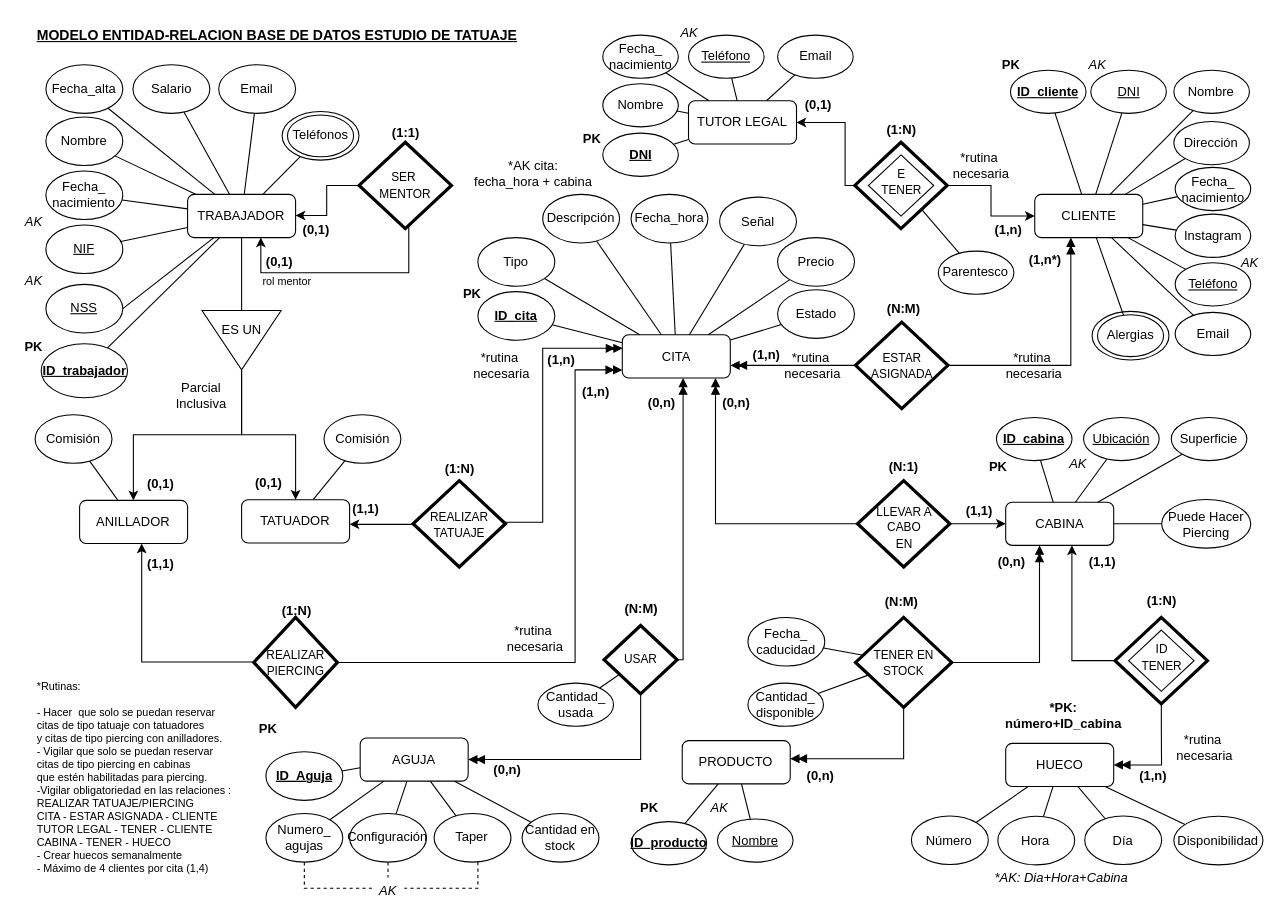
yelkov/BBDD-estudio-tattoo keeps this draw.io diagram as diagrama/Diagrama Entidad-Relacion Estudio Tattoo v2.drawio. Above is the earlier version. Source tidied: cells renumbered, new cells numbered last; positions are measured from the earlier drawing's top-left corner, leaving out a move shared by most shapes. Both pictures are drawn from the tidied source at 108%, with x=0, y=0 at pixel (17, 18).
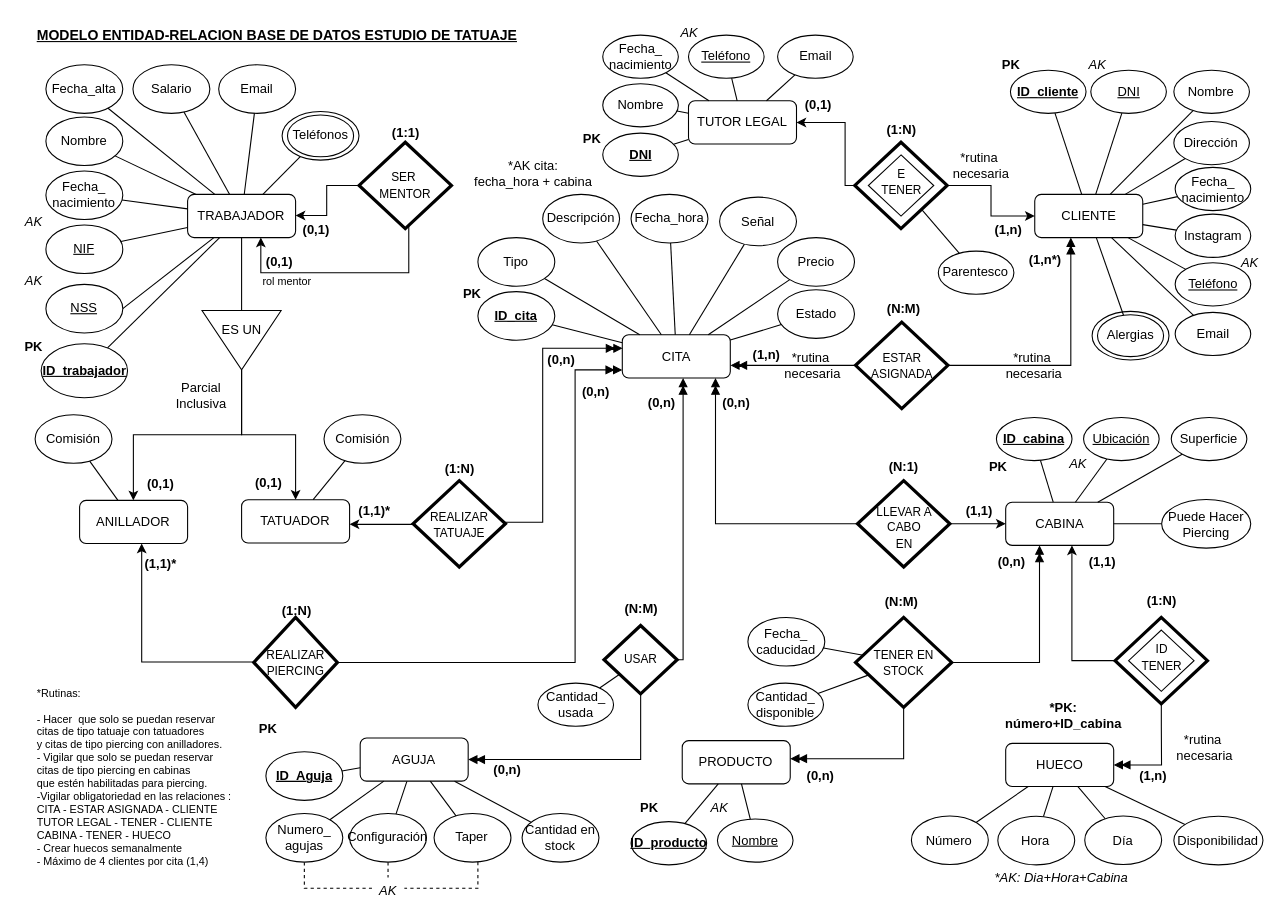
The same page after the edit.

Commit message (it also covers changes not shown here):
refactor(diagrama): actualizar diagrama

The edit, as a diff of the source:
```diff
@@
-    <mxCell id="67" value="(1,n)" style="text;html=1;align=center;verticalAlign=middle;strokeColor=none;fillColor=none;fontStyle=1;" parent="1" vertex="1">
+    <mxCell id="67" value="(0,n)" style="text;html=1;align=center;verticalAlign=middle;strokeColor=none;fillColor=none;fontStyle=1;" parent="1" vertex="1">
       <mxGeometry x="509.7" y="330.8" width="50" height="30" as="geometry" />
     </mxCell>
-    <mxCell id="68" value="(1,1)" style="text;html=1;align=center;verticalAlign=middle;strokeColor=none;fillColor=none;fontStyle=1;" parent="1" vertex="1">
-      <mxGeometry x="297.2" y="438.5" width="50" height="30" as="geometry" />
+    <mxCell id="68" value="(1,1)*" style="text;html=1;align=center;verticalAlign=middle;strokeColor=none;fillColor=none;fontStyle=1;" parent="1" vertex="1">
+      <mxGeometry x="304.7" y="440.8" width="50" height="30" as="geometry" />
     </mxCell>
-    <mxCell id="69" value="(1,1)" style="text;html=1;align=center;verticalAlign=middle;strokeColor=none;fillColor=none;fontStyle=1;" parent="1" vertex="1">
+    <mxCell id="69" value="(1,1)*" style="text;html=1;align=center;verticalAlign=middle;strokeColor=none;fillColor=none;fontStyle=1;" parent="1" vertex="1">
       <mxGeometry x="107.2" y="490" width="50" height="30" as="geometry" />
     </mxCell>
@@
-    <mxCell id="87" value="(1,n)" style="text;html=1;align=center;verticalAlign=middle;strokeColor=none;fillColor=none;fontStyle=1;" parent="1" vertex="1">
+    <mxCell id="87" value="(0,n)" style="text;html=1;align=center;verticalAlign=middle;strokeColor=none;fillColor=none;fontStyle=1;" parent="1" vertex="1">
       <mxGeometry x="477.6" y="300.8" width="50" height="30" as="geometry" />
     </mxCell>
@@
-    <mxCell id="132" value="*rutina&lt;div&gt;&amp;nbsp;necesaria&lt;/div&gt;" style="text;html=1;align=center;verticalAlign=middle;strokeColor=none;fillColor=none;" parent="1" vertex="1">
-      <mxGeometry x="406" y="300.8" width="80" height="40" as="geometry" />
-    </mxCell>
-    <mxCell id="133" value="*rutina&lt;div&gt;&amp;nbsp;necesaria&lt;/div&gt;" style="text;html=1;align=center;verticalAlign=middle;strokeColor=none;fillColor=none;" parent="1" vertex="1">
-      <mxGeometry x="437.2" y="554.2" width="80" height="40" as="geometry" />
-    </mxCell>
@@
-    <mxCell id="135" value="&lt;br&gt;&lt;div style=&quot;font-size: 10px;&quot;&gt;&lt;font style=&quot;font-size: 10px;&quot;&gt;&lt;br style=&quot;font-size: 10px;&quot;&gt;&lt;/font&gt;&lt;div style=&quot;font-size: 10px;&quot;&gt;&lt;font style=&quot;font-size: 10px;&quot;&gt;*Rutinas:&lt;/font&gt;&lt;/div&gt;&lt;div style=&quot;font-size: 10px;&quot;&gt;&lt;font style=&quot;font-size: 10px;&quot;&gt;&lt;br style=&quot;font-size: 10px;&quot;&gt;&lt;/font&gt;&lt;div style=&quot;font-size: 10px;&quot;&gt;&lt;div style=&quot;font-size: 10px;&quot;&gt;&lt;div style=&quot;font-size: 10px;&quot;&gt;&lt;font style=&quot;font-size: 10px;&quot;&gt;- Hacer&amp;nbsp; que solo se puedan reservar&amp;nbsp;&lt;/font&gt;&lt;/div&gt;&lt;div style=&quot;font-size: 10px;&quot;&gt;&lt;font style=&quot;font-size: 10px;&quot;&gt;citas de tipo tatuaje con tatuadores&lt;/font&gt;&lt;/div&gt;&lt;div style=&quot;font-size: 10px;&quot;&gt;&lt;font style=&quot;font-size: 10px;&quot;&gt;y citas de tipo piercing con anilladores.&amp;nbsp;&lt;/font&gt;&lt;/div&gt;&lt;/div&gt;&lt;div style=&quot;font-size: 10px;&quot;&gt;&lt;font style=&quot;font-size: 10px;&quot;&gt;- Vigilar que solo se puedan reservar&amp;nbsp;&lt;/font&gt;&lt;/div&gt;&lt;div style=&quot;font-size: 10px;&quot;&gt;&lt;font style=&quot;font-size: 10px;&quot;&gt;citas de tipo piercing en cabinas&amp;nbsp;&lt;/font&gt;&lt;/div&gt;&lt;div style=&quot;font-size: 10px;&quot;&gt;&lt;span style=&quot;background-color: initial;&quot;&gt;que estén habilitadas para piercing.&lt;/span&gt;&lt;/div&gt;&lt;div style=&quot;font-size: 10px;&quot;&gt;&lt;font style=&quot;font-size: 10px;&quot;&gt;-Vigilar obligatoriedad en las relaciones :&amp;nbsp;&lt;/font&gt;&lt;/div&gt;&lt;div style=&quot;font-size: 10px;&quot;&gt;&lt;font style=&quot;font-size: 10px;&quot;&gt;REALIZAR TATUAJE/PIERCING&lt;/font&gt;&lt;/div&gt;&lt;div style=&quot;font-size: 10px;&quot;&gt;&lt;font style=&quot;font-size: 10px;&quot;&gt;CITA - ESTAR ASIGNADA - CLIENTE&lt;/font&gt;&lt;/div&gt;&lt;div style=&quot;font-size: 10px;&quot;&gt;TUTOR LEGAL - TENER - CLIENTE&lt;/div&gt;&lt;div style=&quot;font-size: 10px;&quot;&gt;CABINA - TENER - HUECO&lt;/div&gt;&lt;div style=&quot;font-size: 10px;&quot;&gt;- Crear huecos semanalmente&lt;/div&gt;&lt;div style=&quot;font-size: 10px;&quot;&gt;- Máximo de 4 clientes por cita (1,4)&lt;/div&gt;&lt;div style=&quot;font-size: 10px;&quot;&gt;&lt;br&gt;&lt;/div&gt;&lt;div style=&quot;font-size: 10px;&quot;&gt;&lt;br style=&quot;font-size: 10px;&quot;&gt;&lt;/div&gt;&lt;/div&gt;&lt;/div&gt;&lt;/div&gt;" style="text;html=1;align=left;verticalAlign=middle;strokeColor=none;fillColor=none;fontSize=10;" parent="1" vertex="1">
-      <mxGeometry x="16" y="582" width="210" height="240" as="geometry" />
+    <mxCell id="135" value="&lt;br&gt;&lt;div style=&quot;font-size: 10px;&quot;&gt;&lt;font style=&quot;font-size: 10px;&quot;&gt;&lt;br style=&quot;font-size: 10px;&quot;&gt;&lt;/font&gt;&lt;div style=&quot;font-size: 10px;&quot;&gt;&lt;font style=&quot;font-size: 10px;&quot;&gt;*Rutinas:&lt;/font&gt;&lt;/div&gt;&lt;div style=&quot;font-size: 10px;&quot;&gt;&lt;font style=&quot;font-size: 10px;&quot;&gt;&lt;br style=&quot;font-size: 10px;&quot;&gt;&lt;/font&gt;&lt;div style=&quot;font-size: 10px;&quot;&gt;&lt;div style=&quot;font-size: 10px;&quot;&gt;&lt;div style=&quot;font-size: 10px;&quot;&gt;&lt;font style=&quot;font-size: 10px;&quot;&gt;- Hacer&amp;nbsp; que solo se puedan reservar&amp;nbsp;&lt;/font&gt;&lt;/div&gt;&lt;div style=&quot;font-size: 10px;&quot;&gt;&lt;font style=&quot;font-size: 10px;&quot;&gt;citas de tipo tatuaje con tatuadores&lt;/font&gt;&lt;/div&gt;&lt;div style=&quot;font-size: 10px;&quot;&gt;&lt;font style=&quot;font-size: 10px;&quot;&gt;y citas de tipo piercing con anilladores.&amp;nbsp;&lt;/font&gt;&lt;/div&gt;&lt;/div&gt;&lt;div style=&quot;font-size: 10px;&quot;&gt;&lt;font style=&quot;font-size: 10px;&quot;&gt;- Vigilar que solo se puedan reservar&amp;nbsp;&lt;/font&gt;&lt;/div&gt;&lt;div style=&quot;font-size: 10px;&quot;&gt;&lt;font style=&quot;font-size: 10px;&quot;&gt;citas de tipo piercing en cabinas&amp;nbsp;&lt;/font&gt;&lt;/div&gt;&lt;div style=&quot;font-size: 10px;&quot;&gt;&lt;span style=&quot;background-color: initial;&quot;&gt;que estén habilitadas para piercing.&lt;/span&gt;&lt;/div&gt;&lt;div style=&quot;font-size: 10px;&quot;&gt;&lt;font style=&quot;font-size: 10px;&quot;&gt;-Vigilar obligatoriedad en las relaciones :&amp;nbsp;&lt;/font&gt;&lt;/div&gt;&lt;div style=&quot;font-size: 10px;&quot;&gt;&lt;font style=&quot;font-size: 10px;&quot;&gt;CITA - ESTAR ASIGNADA - CLIENTE&lt;/font&gt;&lt;/div&gt;&lt;div style=&quot;font-size: 10px;&quot;&gt;&lt;span style=&quot;background-color: initial;&quot;&gt;TUTOR LEGAL - TENER -&amp;nbsp;&lt;/span&gt;&lt;span style=&quot;background-color: initial;&quot;&gt;CLIENTE&lt;/span&gt;&lt;/div&gt;&lt;div style=&quot;font-size: 10px;&quot;&gt;&lt;span style=&quot;background-color: initial;&quot;&gt;CABINA - TENER - HUECO&lt;/span&gt;&lt;/div&gt;&lt;div style=&quot;font-size: 10px;&quot;&gt;- Crear huecos semanalmente&lt;/div&gt;&lt;div style=&quot;font-size: 10px;&quot;&gt;- Máximo de 4 clientes por cita (1,4)&lt;/div&gt;&lt;div style=&quot;font-size: 10px;&quot;&gt;&lt;br&gt;&lt;/div&gt;&lt;div style=&quot;font-size: 10px;&quot;&gt;&lt;br style=&quot;font-size: 10px;&quot;&gt;&lt;/div&gt;&lt;/div&gt;&lt;/div&gt;&lt;/div&gt;" style="text;html=1;align=left;verticalAlign=middle;strokeColor=none;fillColor=none;fontSize=10;" parent="1" vertex="1">
+      <mxGeometry x="16" y="587" width="210" height="230" as="geometry" />
     </mxCell>
```
